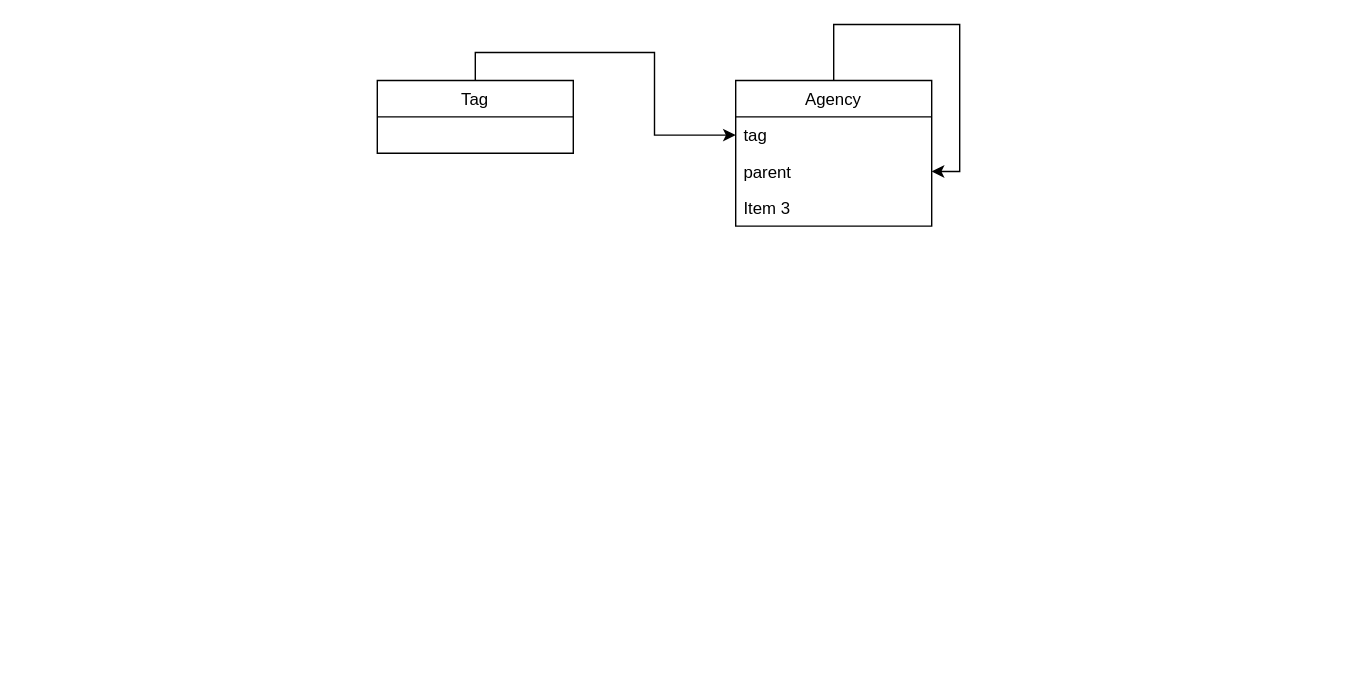
Earlier version of the draw.io diagram Biểu đồ không có tiêu đề.drawio (mitgaming/Blk-Design-System). Source tidied: cells renumbered, new cells numbered last; positions are measured from the earlier drawing's top-left corner, leaving out a move shared by most shapes. Both pictures are drawn from the tidied source at 140%, with x=0, y=0 at pixel (377, 24).
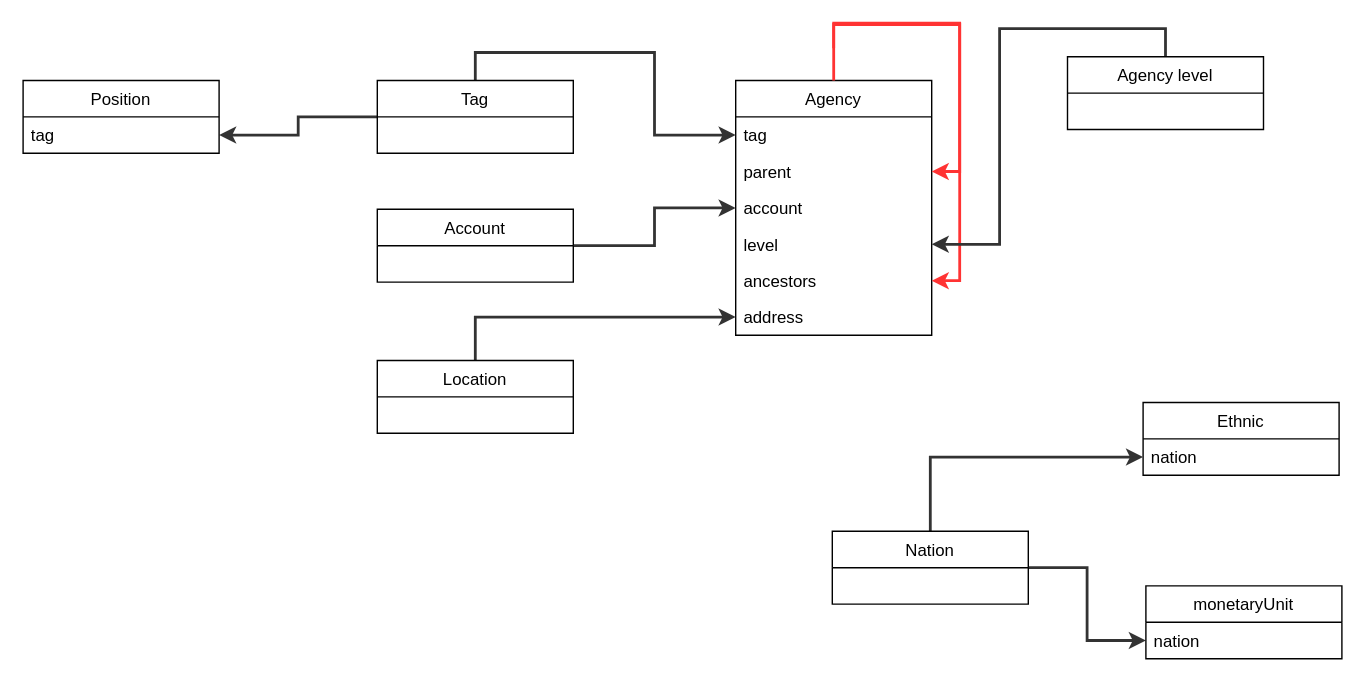
The same diagram, later.

Commit message (it also covers changes not shown here):
Cập nhật Biểu đồ không có tiêu đề.drawio

The change refers to these unchanged cells:
```xml
<mxCell id="3" value="tag" style="text;strokeColor=none;fillColor=none;align=left;verticalAlign=top;spacingLeft=4;spacingRight=4;overflow=hidden;points=[[0,0.5],[1,0.5]];portConstraint=eastwest;" parent="2" vertex="1">
  <mxGeometry y="26" width="140" height="26" as="geometry" />
</mxCell>
<mxCell id="4" value="parent&#10;" style="text;strokeColor=none;fillColor=none;align=left;verticalAlign=top;spacingLeft=4;spacingRight=4;overflow=hidden;points=[[0,0.5],[1,0.5]];portConstraint=eastwest;" parent="2" vertex="1">
  <mxGeometry y="52" width="140" height="26" as="geometry" />
</mxCell>
<mxCell id="8" value="Tag" style="swimlane;fontStyle=0;horizontal=1;startSize=26;fillColor=none;" parent="1" vertex="1">
  <mxGeometry y="40" width="140" height="52" as="geometry" />
</mxCell>
```

Change to the diagram source:
```diff
@@
     <mxCell id="2" value="Agency" style="swimlane;fontStyle=0;horizontal=1;startSize=26;fillColor=none;" parent="1" vertex="1">
-      <mxGeometry x="256" y="40" width="140" height="104" as="geometry" />
+      <mxGeometry x="256" y="40" width="140" height="182" as="geometry" />
     </mxCell>
@@
-    <mxCell id="5" value="Item 3" style="text;strokeColor=none;fillColor=none;align=left;verticalAlign=top;spacingLeft=4;spacingRight=4;overflow=hidden;points=[[0,0.5],[1,0.5]];portConstraint=eastwest;" parent="2" vertex="1">
+    <mxCell id="5" value="account&#10;" style="text;strokeColor=none;fillColor=none;align=left;verticalAlign=top;spacingLeft=4;spacingRight=4;overflow=hidden;points=[[0,0.5],[1,0.5]];portConstraint=eastwest;" parent="2" vertex="1">
       <mxGeometry y="78" width="140" height="26" as="geometry" />
     </mxCell>
+    <mxCell id="9" value="level" style="text;strokeColor=none;fillColor=none;align=left;verticalAlign=top;spacingLeft=4;spacingRight=4;overflow=hidden;points=[[0,0.5],[1,0.5]];portConstraint=eastwest;" parent="2" vertex="1">
+      <mxGeometry y="104" width="140" height="26" as="geometry" />
+    </mxCell>
-    <mxCell id="6" style="edgeStyle=orthogonalEdgeStyle;rounded=0;jettySize=auto;html=1;" parent="2" edge="1" source="2" target="4">
+    <mxCell id="6" style="edgeStyle=orthogonalEdgeStyle;rounded=0;jettySize=auto;html=1;strokeWidth=2;strokeColor=#FF3333;" parent="2" edge="1" source="2" target="4">
       <mxGeometry relative="1" as="geometry">
         <Array as="points">
           <mxPoint x="70" y="-40" />
           <mxPoint x="160" y="-40" />
           <mxPoint x="160" y="65" />
         </Array>
       </mxGeometry>
     </mxCell>
+    <mxCell id="10" value="ancestors" style="text;strokeColor=none;fillColor=none;align=left;verticalAlign=top;spacingLeft=4;spacingRight=4;overflow=hidden;points=[[0,0.5],[1,0.5]];portConstraint=eastwest;" parent="2" vertex="1">
+      <mxGeometry y="130" width="140" height="26" as="geometry" />
+    </mxCell>
+    <mxCell id="11" style="edgeStyle=orthogonalEdgeStyle;rounded=0;jettySize=auto;html=1;strokeWidth=2;strokeColor=#FF3333;" parent="2" edge="1" target="10">
+      <mxGeometry relative="1" as="geometry">
+        <mxPoint x="70" y="-23" as="sourcePoint" />
+        <Array as="points">
+          <mxPoint x="70" y="-41" />
+          <mxPoint x="160" y="-41" />
+          <mxPoint x="160" y="143" />
+        </Array>
+      </mxGeometry>
+    </mxCell>
+    <mxCell id="12" value="address" style="text;strokeColor=none;fillColor=none;align=left;verticalAlign=top;spacingLeft=4;spacingRight=4;overflow=hidden;points=[[0,0.5],[1,0.5]];portConstraint=eastwest;" parent="2" vertex="1">
+      <mxGeometry y="156" width="140" height="26" as="geometry" />
+    </mxCell>
-    <mxCell id="7" style="edgeStyle=orthogonalEdgeStyle;rounded=0;jettySize=auto;html=1;exitX=0.5;exitY=0;exitDx=0;exitDy=0;" parent="1" edge="1" source="8" target="3">
+    <mxCell id="7" style="edgeStyle=orthogonalEdgeStyle;rounded=0;jettySize=auto;html=1;exitX=0.5;exitY=0;exitDx=0;exitDy=0;strokeWidth=2;strokeColor=#333333;" parent="1" edge="1" source="8" target="3">
       <mxGeometry relative="1" as="geometry" />
     </mxCell>
+    <mxCell id="13" style="edgeStyle=orthogonalEdgeStyle;rounded=0;jettySize=auto;html=1;strokeWidth=2;strokeColor=#333333;" parent="1" edge="1" source="8" target="28">
+      <mxGeometry relative="1" as="geometry" />
+    </mxCell>
@@
+    <mxCell id="14" style="edgeStyle=orthogonalEdgeStyle;rounded=0;jettySize=auto;html=1;strokeWidth=2;strokeColor=#333333;" parent="1" edge="1" source="15" target="5">
+      <mxGeometry relative="1" as="geometry" />
+    </mxCell>
+    <mxCell id="15" value="Account" style="swimlane;fontStyle=0;horizontal=1;startSize=26;fillColor=none;" parent="1" vertex="1">
+      <mxGeometry y="132" width="140" height="52" as="geometry" />
+    </mxCell>
+    <mxCell id="16" style="edgeStyle=orthogonalEdgeStyle;rounded=0;jettySize=auto;html=1;exitX=0.5;exitY=0;exitDx=0;exitDy=0;strokeWidth=2;strokeColor=#333333;" parent="1" edge="1" source="17" target="9">
+      <mxGeometry relative="1" as="geometry" />
+    </mxCell>
+    <mxCell id="17" value="Agency level" style="swimlane;fontStyle=0;horizontal=1;startSize=26;fillColor=none;" parent="1" vertex="1">
+      <mxGeometry x="493" y="23" width="140" height="52" as="geometry" />
+    </mxCell>
+    <mxCell id="18" style="edgeStyle=orthogonalEdgeStyle;rounded=0;jettySize=auto;html=1;strokeWidth=2;strokeColor=#333333;" parent="1" edge="1" source="19" target="12">
+      <mxGeometry relative="1" as="geometry">
+        <Array as="points">
+          <mxPoint x="70" y="209" />
+        </Array>
+      </mxGeometry>
+    </mxCell>
+    <mxCell id="19" value="Location" style="swimlane;fontStyle=0;horizontal=1;startSize=26;fillColor=none;" parent="1" vertex="1">
+      <mxGeometry y="240" width="140" height="52" as="geometry" />
+    </mxCell>
+    <mxCell id="20" value="Ethnic" style="swimlane;fontStyle=0;horizontal=1;startSize=26;fillColor=none;" parent="1" vertex="1">
+      <mxGeometry x="547" y="270" width="140" height="52" as="geometry" />
+    </mxCell>
+    <mxCell id="21" value="nation" style="text;strokeColor=none;fillColor=none;align=left;verticalAlign=top;spacingLeft=4;spacingRight=4;overflow=hidden;points=[[0,0.5],[1,0.5]];portConstraint=eastwest;" parent="20" vertex="1">
+      <mxGeometry y="26" width="140" height="26" as="geometry" />
+    </mxCell>
+    <mxCell id="22" style="edgeStyle=orthogonalEdgeStyle;rounded=0;jettySize=auto;html=1;strokeWidth=2;strokeColor=#333333;" parent="1" edge="1" source="24" target="21">
+      <mxGeometry relative="1" as="geometry" />
+    </mxCell>
+    <mxCell id="23" style="edgeStyle=orthogonalEdgeStyle;rounded=0;jettySize=auto;html=1;entryX=0;entryY=0.75;entryDx=0;entryDy=0;strokeWidth=2;strokeColor=#333333;" parent="1" edge="1" source="24" target="25">
+      <mxGeometry relative="1" as="geometry" />
+    </mxCell>
+    <mxCell id="24" value="Nation" style="swimlane;fontStyle=0;horizontal=1;startSize=26;fillColor=none;" parent="1" vertex="1">
+      <mxGeometry x="325" y="362" width="140" height="52" as="geometry" />
+    </mxCell>
+    <mxCell id="25" value="monetaryUnit" style="swimlane;fontStyle=0;horizontal=1;startSize=26;fillColor=none;" parent="1" vertex="1">
+      <mxGeometry x="549" y="401" width="140" height="52" as="geometry" />
+    </mxCell>
+    <mxCell id="26" value="nation" style="text;strokeColor=none;fillColor=none;align=left;verticalAlign=top;spacingLeft=4;spacingRight=4;overflow=hidden;" parent="25" vertex="1">
+      <mxGeometry y="26" width="140" height="26" as="geometry" />
+    </mxCell>
+    <mxCell id="27" value="Position" style="swimlane;fontStyle=0;horizontal=1;startSize=26;fillColor=none;" parent="1" vertex="1">
+      <mxGeometry x="-253" y="40" width="140" height="52" as="geometry" />
+    </mxCell>
+    <mxCell id="28" value="tag" style="text;strokeColor=none;fillColor=none;align=left;verticalAlign=top;spacingLeft=4;spacingRight=4;overflow=hidden;points=[[0,0.5],[1,0.5]];portConstraint=eastwest;" parent="27" vertex="1">
+      <mxGeometry y="26" width="140" height="26" as="geometry" />
+    </mxCell>
```
